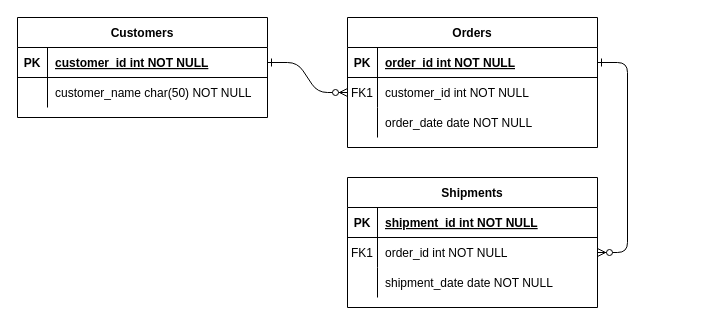
sforsteracademytrainee/hobby-web-app keeps this draw.io diagram as documentation/erd-initial.drawio. Above is the earlier version. Source tidied: cells renumbered, new cells numbered last; positions are measured from the earlier drawing's top-left corner, leaving out a move shared by most shapes. Both pictures are drawn from the tidied source at 100%, with x=0, y=0 at pixel (17, 17).
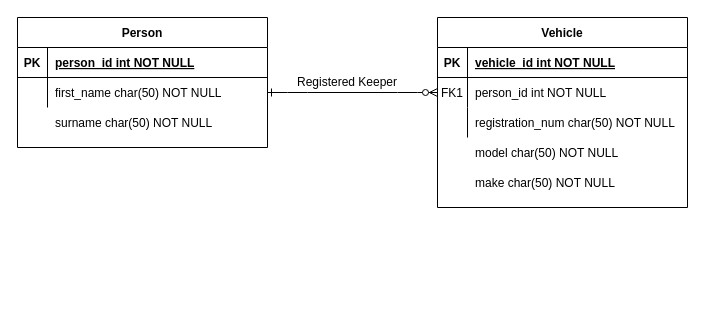
After the change.

The change refers to these unchanged cells:
```xml
<mxCell id="5" style="shape=partialRectangle;fillColor=none;points=[[0,0.5],[1,0.5]];portConstraint=eastwest;top=0;left=0;right=0;bottom=1;" parent="4" vertex="1">
  <mxGeometry y="30" width="250" height="30" as="geometry" />
</mxCell>
<mxCell id="8" style="shape=partialRectangle;fillColor=none;points=[[0,0.5],[1,0.5]];portConstraint=eastwest;top=0;left=0;right=0;bottom=0;" parent="4" vertex="1">
  <mxGeometry y="60" width="250" height="30" as="geometry" />
</mxCell>
<mxCell id="11" style="shape=partialRectangle;fillColor=none;top=0;left=0;right=0;bottom=0;" parent="4" vertex="1">
  <mxGeometry y="90" width="250" height="30" as="geometry" />
</mxCell>
<mxCell id="25" style="shape=partialRectangle;fillColor=none;points=[[0,0.5],[1,0.5]];portConstraint=eastwest;top=0;left=0;right=0;bottom=1;" parent="24" vertex="1">
  <mxGeometry y="30" width="250" height="30" as="geometry" />
</mxCell>
<mxCell id="28" style="shape=partialRectangle;fillColor=none;points=[[0,0.5],[1,0.5]];portConstraint=eastwest;top=0;left=0;right=0;bottom=0;" parent="24" vertex="1">
  <mxGeometry y="60" width="250" height="30" as="geometry" />
</mxCell>
```

Diff of the diagram source:
```diff
@@
-    <mxCell id="2" style="edgeStyle=entityRelationEdgeStyle;endArrow=ERzeroToMany;startArrow=ERone;endFill=1;startFill=0;" parent="1" edge="1" source="25" target="8">
+    <mxCell id="2" style="edgeStyle=entityRelationEdgeStyle;endArrow=ERzeroToMany;startArrow=ERone;endFill=1;startFill=0;exitX=1;exitY=0.5;exitDx=0;exitDy=0;" parent="1" edge="1" source="28" target="8">
       <mxGeometry relative="1" as="geometry" />
     </mxCell>
-    <mxCell id="3" style="edgeStyle=entityRelationEdgeStyle;endArrow=ERzeroToMany;startArrow=ERone;endFill=1;startFill=0;" parent="1" edge="1" source="5" target="18">
-      <mxGeometry relative="1" as="geometry" />
-    </mxCell>
-    <mxCell id="4" value="Orders" style="shape=table;startSize=30;childLayout=tableLayout;rowLines=0;fontStyle=1;align=center;" parent="1" vertex="1">
-      <mxGeometry x="330" width="250" height="130" as="geometry" />
+    <mxCell id="4" value="Vehicle" style="shape=table;startSize=30;childLayout=tableLayout;rowLines=0;fontStyle=1;align=center;" parent="1" vertex="1">
+      <mxGeometry x="420" width="250" height="190" as="geometry" />
     </mxCell>
@@
-    <mxCell id="7" value="order_id int NOT NULL " style="shape=partialRectangle;overflow=hidden;fillColor=none;top=0;left=0;bottom=0;right=0;align=left;spacingLeft=6;fontStyle=5;" parent="5" vertex="1">
+    <mxCell id="7" value="vehicle_id int NOT NULL " style="shape=partialRectangle;overflow=hidden;fillColor=none;top=0;left=0;bottom=0;right=0;align=left;spacingLeft=6;fontStyle=5;" parent="5" vertex="1">
       <mxGeometry x="30" width="220" height="30" as="geometry" />
     </mxCell>
@@
-    <mxCell id="10" value="customer_id int NOT NULL" style="shape=partialRectangle;overflow=hidden;fillColor=none;top=0;left=0;bottom=0;right=0;align=left;spacingLeft=6;" parent="8" vertex="1">
+    <mxCell id="10" value="person_id int NOT NULL" style="shape=partialRectangle;overflow=hidden;fillColor=none;top=0;left=0;bottom=0;right=0;align=left;spacingLeft=6;" parent="8" vertex="1">
       <mxGeometry x="30" width="220" height="30" as="geometry" />
     </mxCell>
@@
-    <mxCell id="13" value="order_date date NOT NULL" style="shape=partialRectangle;overflow=hidden;fillColor=none;top=0;left=0;bottom=0;right=0;align=left;spacingLeft=6;" parent="11" vertex="1">
+    <mxCell id="13" value="registration_num char(50) NOT NULL" style="shape=partialRectangle;overflow=hidden;fillColor=none;top=0;left=0;bottom=0;right=0;align=left;spacingLeft=6;" parent="11" vertex="1">
       <mxGeometry x="30" width="220" height="30" as="geometry" />
     </mxCell>
-    <mxCell id="14" value="Shipments" style="shape=table;startSize=30;childLayout=tableLayout;rowLines=0;fontStyle=1;align=center;" parent="1" vertex="1">
-      <mxGeometry x="330" y="160" width="250" height="130" as="geometry" />
-    </mxCell>
-    <mxCell id="15" style="shape=partialRectangle;fillColor=none;top=0;left=0;right=0;bottom=1;" parent="14" vertex="1">
-      <mxGeometry y="30" width="250" height="30" as="geometry" />
-    </mxCell>
-    <mxCell id="16" value="PK" style="shape=partialRectangle;overflow=hidden;fillColor=none;top=0;left=0;bottom=0;right=0;fontStyle=1;" parent="15" vertex="1">
-      <mxGeometry width="30" height="30" as="geometry" />
-    </mxCell>
-    <mxCell id="17" value="shipment_id int NOT NULL " style="shape=partialRectangle;overflow=hidden;fillColor=none;top=0;left=0;bottom=0;right=0;align=left;spacingLeft=6;fontStyle=5;" parent="15" vertex="1">
-      <mxGeometry x="30" width="220" height="30" as="geometry" />
-    </mxCell>
-    <mxCell id="18" style="shape=partialRectangle;fillColor=none;points=[[0,0.5],[1,0.5]];portConstraint=eastwest;top=0;left=0;right=0;bottom=0;" parent="14" vertex="1">
-      <mxGeometry y="60" width="250" height="30" as="geometry" />
-    </mxCell>
-    <mxCell id="19" value="FK1" style="shape=partialRectangle;overflow=hidden;fillColor=none;top=0;left=0;bottom=0;right=0;" parent="18" vertex="1">
-      <mxGeometry width="30" height="30" as="geometry" />
-    </mxCell>
-    <mxCell id="20" value="order_id int NOT NULL" style="shape=partialRectangle;overflow=hidden;fillColor=none;top=0;left=0;bottom=0;right=0;align=left;spacingLeft=6;" parent="18" vertex="1">
-      <mxGeometry x="30" width="220" height="30" as="geometry" />
-    </mxCell>
-    <mxCell id="21" style="shape=partialRectangle;fillColor=none;top=0;left=0;right=0;bottom=0;" parent="14" vertex="1">
-      <mxGeometry y="90" width="250" height="30" as="geometry" />
-    </mxCell>
-    <mxCell id="22" style="shape=partialRectangle;overflow=hidden;fillColor=none;top=0;left=0;bottom=0;right=0;" parent="21" vertex="1">
-      <mxGeometry width="30" height="30" as="geometry" />
-    </mxCell>
-    <mxCell id="23" value="shipment_date date NOT NULL" style="shape=partialRectangle;overflow=hidden;fillColor=none;top=0;left=0;bottom=0;right=0;align=left;spacingLeft=6;" parent="21" vertex="1">
-      <mxGeometry x="30" width="220" height="30" as="geometry" />
-    </mxCell>
-    <mxCell id="24" value="Customers" style="shape=table;startSize=30;childLayout=tableLayout;rowLines=0;fontStyle=1;align=center;" parent="1" vertex="1">
-      <mxGeometry width="250" height="100" as="geometry" />
+    <mxCell id="24" value="Person" style="shape=table;startSize=30;childLayout=tableLayout;rowLines=0;fontStyle=1;align=center;" parent="1" vertex="1">
+      <mxGeometry width="250" height="130" as="geometry" />
     </mxCell>
@@
-    <mxCell id="27" value="customer_id int NOT NULL " style="shape=partialRectangle;overflow=hidden;fillColor=none;top=0;left=0;bottom=0;right=0;align=left;spacingLeft=6;fontStyle=5;" parent="25" vertex="1">
+    <mxCell id="27" value="person_id int NOT NULL " style="shape=partialRectangle;overflow=hidden;fillColor=none;top=0;left=0;bottom=0;right=0;align=left;spacingLeft=6;fontStyle=5;" parent="25" vertex="1">
       <mxGeometry x="30" width="220" height="30" as="geometry" />
     </mxCell>
@@
-    <mxCell id="30" value="customer_name char(50) NOT NULL" style="shape=partialRectangle;overflow=hidden;fillColor=none;top=0;left=0;bottom=0;right=0;align=left;spacingLeft=6;" parent="28" vertex="1">
+    <mxCell id="30" value="first_name char(50) NOT NULL" style="shape=partialRectangle;overflow=hidden;fillColor=none;top=0;left=0;bottom=0;right=0;align=left;spacingLeft=6;" parent="28" vertex="1">
       <mxGeometry x="30" width="220" height="30" as="geometry" />
     </mxCell>
+    <mxCell id="31" value="surname char(50) NOT NULL" style="shape=partialRectangle;overflow=hidden;fillColor=none;top=0;left=0;bottom=0;right=0;align=left;spacingLeft=6;" parent="1" vertex="1">
+      <mxGeometry x="30" y="90" width="220" height="30" as="geometry" />
+    </mxCell>
+    <mxCell id="32" value="model char(50) NOT NULL" style="shape=partialRectangle;overflow=hidden;fillColor=none;top=0;left=0;bottom=0;right=0;align=left;spacingLeft=6;" parent="1" vertex="1">
+      <mxGeometry x="450" y="120" width="220" height="30" as="geometry" />
+    </mxCell>
+    <mxCell id="33" value="make char(50) NOT NULL" style="shape=partialRectangle;overflow=hidden;fillColor=none;top=0;left=0;bottom=0;right=0;align=left;spacingLeft=6;" parent="1" vertex="1">
+      <mxGeometry x="450" y="150" width="220" height="30" as="geometry" />
+    </mxCell>
+    <mxCell id="34" value="Registered Keeper" style="text;html=1;strokeColor=none;fillColor=none;align=center;verticalAlign=middle;whiteSpace=wrap;rounded=0;" parent="1" vertex="1">
+      <mxGeometry x="270" y="55" width="120" height="20" as="geometry" />
+    </mxCell>
```
